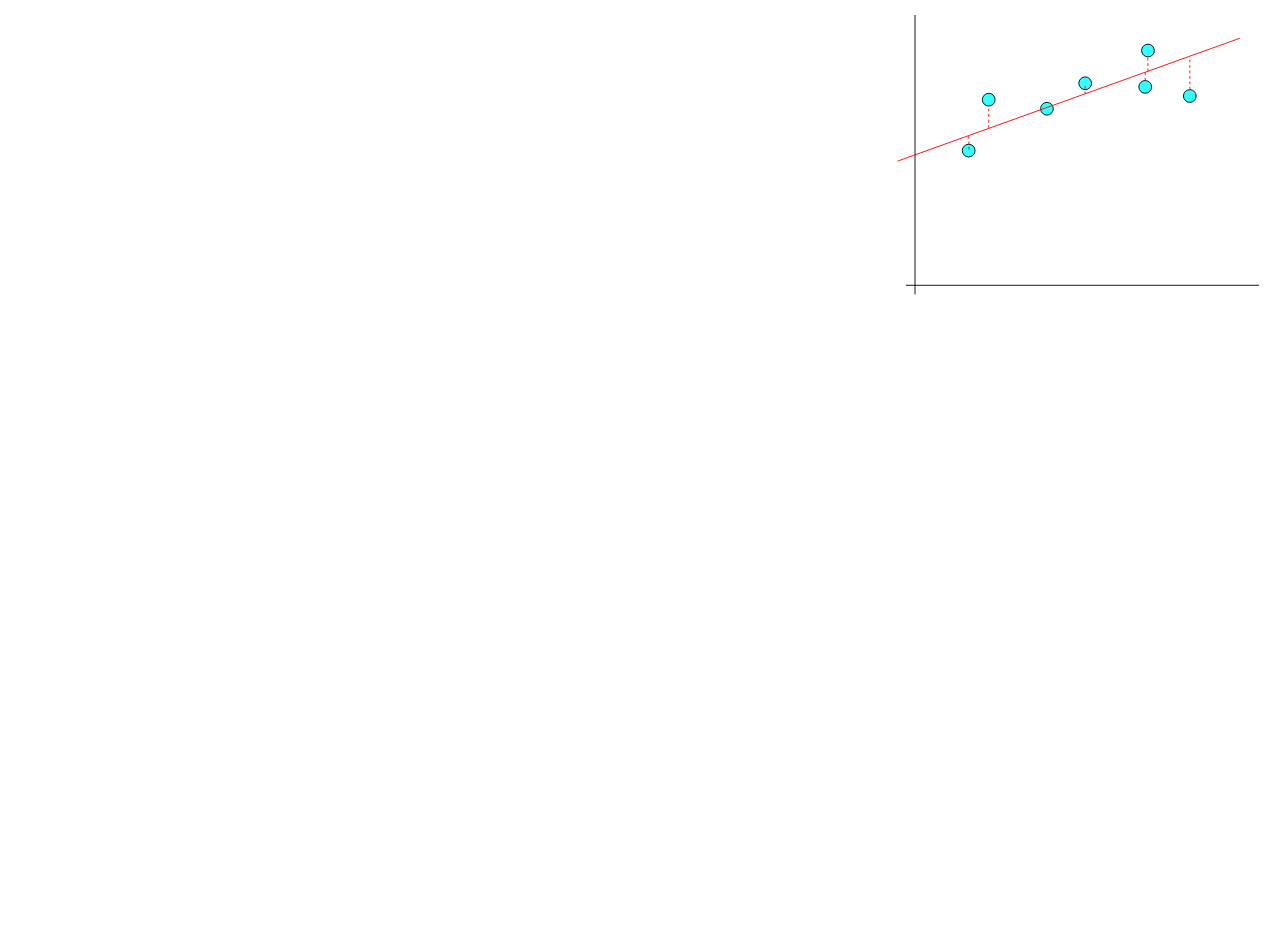
Above: images/soucre/人工智能.drawio in 497983606/wangyesheji (draw.io), before the change. Source tidied: cells renumbered, new cells numbered last; positions are measured from the earlier drawing's top-left corner, leaving out a move shared by most shapes. Both pictures are drawn from the tidied source at 91%, with x=0, y=0 at pixel (897, 15).
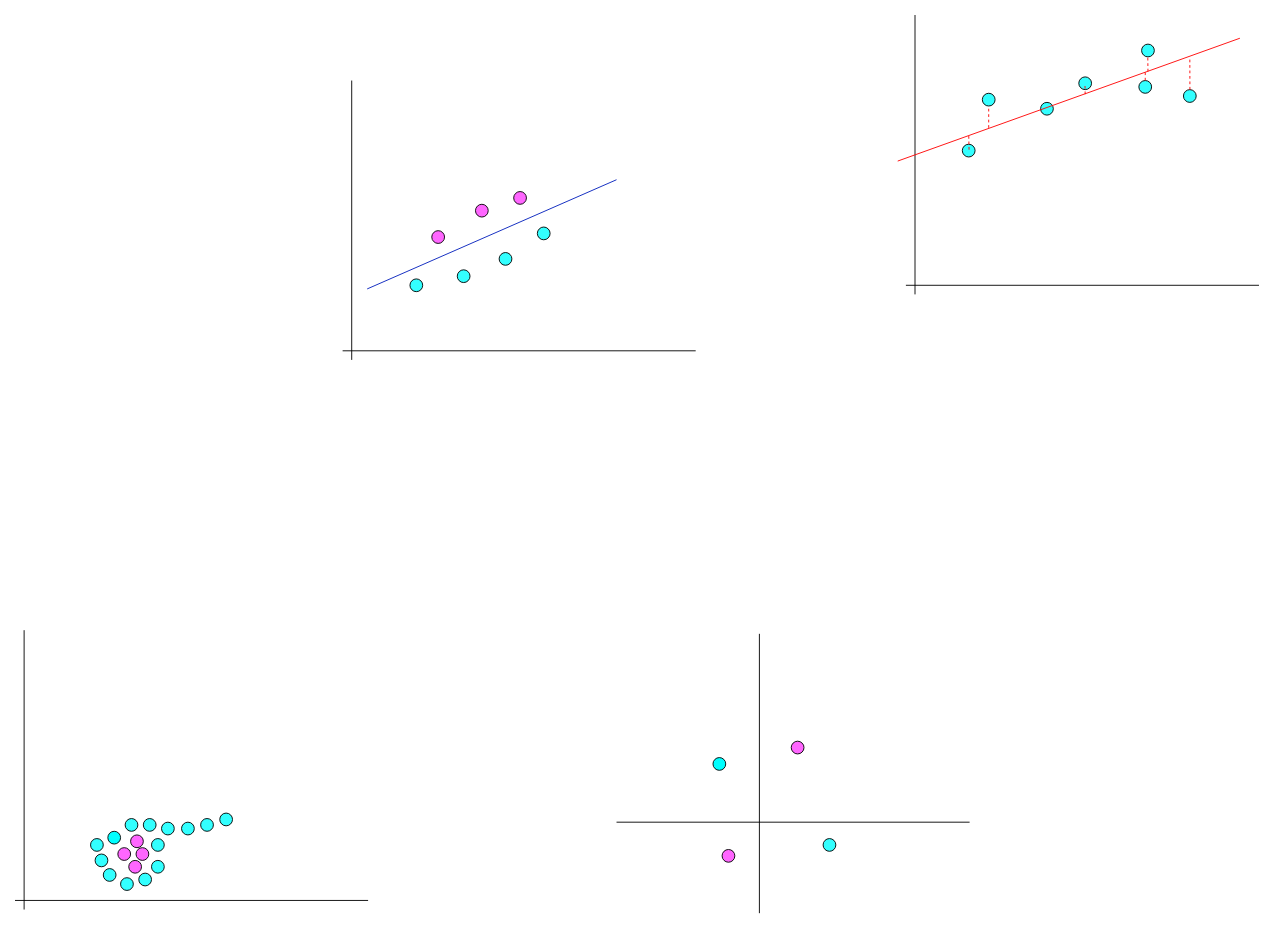
The same diagram, later.

Diff of the diagram source:
```diff
@@
+    <mxCell id="18" style="endArrow=none;html=1;" parent="1" edge="1">
+      <mxGeometry relative="1" as="geometry">
+        <mxPoint x="-610" y="369" as="sourcePoint" />
+        <mxPoint x="-222" y="369" as="targetPoint" />
+      </mxGeometry>
+    </mxCell>
+    <mxCell id="19" style="endArrow=none;html=1;" parent="1" edge="1">
+      <mxGeometry relative="1" as="geometry">
+        <mxPoint x="-600" y="379" as="sourcePoint" />
+        <mxPoint x="-600" y="72" as="targetPoint" />
+      </mxGeometry>
+    </mxCell>
+    <mxCell id="20" style="ellipse;whiteSpace=wrap;html=1;fillColor=#33FFFF;" parent="1" vertex="1">
+      <mxGeometry x="-396" y="233" width="14" height="14" as="geometry" />
+    </mxCell>
+    <mxCell id="21" style="ellipse;whiteSpace=wrap;html=1;fillColor=#33FFFF;" parent="1" vertex="1">
+      <mxGeometry x="-536" y="290" width="14" height="14" as="geometry" />
+    </mxCell>
+    <mxCell id="22" style="ellipse;whiteSpace=wrap;html=1;fillColor=#33FFFF;" parent="1" vertex="1">
+      <mxGeometry x="-438" y="261" width="14" height="14" as="geometry" />
+    </mxCell>
+    <mxCell id="23" style="ellipse;whiteSpace=wrap;html=1;fillColor=#FF66FF;" parent="1" vertex="1">
+      <mxGeometry x="-464" y="208" width="14" height="14" as="geometry" />
+    </mxCell>
+    <mxCell id="24" style="ellipse;whiteSpace=wrap;html=1;fillColor=#33FFFF;" parent="1" vertex="1">
+      <mxGeometry x="-484" y="280" width="14" height="14" as="geometry" />
+    </mxCell>
+    <mxCell id="25" style="ellipse;whiteSpace=wrap;html=1;fillColor=#FF66FF;" parent="1" vertex="1">
+      <mxGeometry x="-512" y="237" width="14" height="14" as="geometry" />
+    </mxCell>
+    <mxCell id="26" style="ellipse;whiteSpace=wrap;html=1;fillColor=#FF66FF;" parent="1" vertex="1">
+      <mxGeometry x="-422" y="194" width="14" height="14" as="geometry" />
+    </mxCell>
+    <mxCell id="27" style="endArrow=none;html=1;fillColor=#0050ef;strokeColor=#001DBC;" parent="1" edge="1">
+      <mxGeometry relative="1" as="geometry">
+        <mxPoint x="-583" y="301" as="sourcePoint" />
+        <mxPoint x="-309" y="181" as="targetPoint" />
+      </mxGeometry>
+    </mxCell>
+    <mxCell id="28" style="endArrow=none;html=1;" parent="1" edge="1">
+      <mxGeometry relative="1" as="geometry">
+        <mxPoint x="-309" y="887" as="sourcePoint" />
+        <mxPoint x="79" y="887" as="targetPoint" />
+      </mxGeometry>
+    </mxCell>
+    <mxCell id="29" style="endArrow=none;html=1;" parent="1" edge="1">
+      <mxGeometry relative="1" as="geometry">
+        <mxPoint x="-152" y="987" as="sourcePoint" />
+        <mxPoint x="-152" y="680" as="targetPoint" />
+      </mxGeometry>
+    </mxCell>
+    <mxCell id="30" style="ellipse;whiteSpace=wrap;html=1;fillColor=#33FFFF;" parent="1" vertex="1">
+      <mxGeometry x="-82" y="905" width="14" height="14" as="geometry" />
+    </mxCell>
+    <mxCell id="31" style="ellipse;whiteSpace=wrap;html=1;fillColor=#FF66FF;" parent="1" vertex="1">
+      <mxGeometry x="-193" y="917" width="14" height="14" as="geometry" />
+    </mxCell>
+    <mxCell id="32" style="ellipse;whiteSpace=wrap;html=1;fillColor=#00FFFF;" parent="1" vertex="1">
+      <mxGeometry x="-203" y="816" width="14" height="14" as="geometry" />
+    </mxCell>
+    <mxCell id="33" style="ellipse;whiteSpace=wrap;html=1;fillColor=#FF66FF;" parent="1" vertex="1">
+      <mxGeometry x="-117" y="798" width="14" height="14" as="geometry" />
+    </mxCell>
+    <mxCell id="34" style="endArrow=none;html=1;" parent="1" edge="1">
+      <mxGeometry relative="1" as="geometry">
+        <mxPoint x="-970" y="973" as="sourcePoint" />
+        <mxPoint x="-582" y="973" as="targetPoint" />
+      </mxGeometry>
+    </mxCell>
+    <mxCell id="35" style="endArrow=none;html=1;" parent="1" edge="1">
+      <mxGeometry relative="1" as="geometry">
+        <mxPoint x="-960" y="983" as="sourcePoint" />
+        <mxPoint x="-960" y="676" as="targetPoint" />
+      </mxGeometry>
+    </mxCell>
+    <mxCell id="36" style="ellipse;whiteSpace=wrap;html=1;fillColor=#33FFFF;" parent="1" vertex="1">
+      <mxGeometry x="-849" y="883" width="14" height="14" as="geometry" />
+    </mxCell>
+    <mxCell id="37" style="ellipse;whiteSpace=wrap;html=1;fillColor=#FF66FF;" parent="1" vertex="1">
+      <mxGeometry x="-857" y="915" width="14" height="14" as="geometry" />
+    </mxCell>
+    <mxCell id="38" style="ellipse;whiteSpace=wrap;html=1;fillColor=#00FFFF;" parent="1" vertex="1">
+      <mxGeometry x="-868" y="897" width="14" height="14" as="geometry" />
+    </mxCell>
+    <mxCell id="39" style="ellipse;whiteSpace=wrap;html=1;fillColor=#FF66FF;" parent="1" vertex="1">
+      <mxGeometry x="-843" y="901" width="14" height="14" as="geometry" />
+    </mxCell>
+    <mxCell id="40" style="ellipse;whiteSpace=wrap;html=1;fillColor=#33FFFF;" parent="1" vertex="1">
+      <mxGeometry x="-829" y="883" width="14" height="14" as="geometry" />
+    </mxCell>
+    <mxCell id="41" style="ellipse;whiteSpace=wrap;html=1;fillColor=#33FFFF;" parent="1" vertex="1">
+      <mxGeometry x="-809" y="887" width="14" height="14" as="geometry" />
+    </mxCell>
+    <mxCell id="42" style="ellipse;whiteSpace=wrap;html=1;fillColor=#33FFFF;" parent="1" vertex="1">
+      <mxGeometry x="-787" y="887" width="14" height="14" as="geometry" />
+    </mxCell>
+    <mxCell id="43" style="ellipse;whiteSpace=wrap;html=1;fillColor=#33FFFF;" parent="1" vertex="1">
+      <mxGeometry x="-766" y="883" width="14" height="14" as="geometry" />
+    </mxCell>
+    <mxCell id="44" style="ellipse;whiteSpace=wrap;html=1;fillColor=#33FFFF;" parent="1" vertex="1">
+      <mxGeometry x="-745" y="877" width="14" height="14" as="geometry" />
+    </mxCell>
+    <mxCell id="45" style="ellipse;whiteSpace=wrap;html=1;fillColor=#FF66FF;" parent="1" vertex="1">
+      <mxGeometry x="-837" y="915" width="14" height="14" as="geometry" />
+    </mxCell>
+    <mxCell id="46" style="ellipse;whiteSpace=wrap;html=1;fillColor=#FF66FF;" parent="1" vertex="1">
+      <mxGeometry x="-845" y="929" width="14" height="14" as="geometry" />
+    </mxCell>
+    <mxCell id="47" style="ellipse;whiteSpace=wrap;html=1;fillColor=#33FFFF;" parent="1" vertex="1">
+      <mxGeometry x="-820" y="905" width="14" height="14" as="geometry" />
+    </mxCell>
+    <mxCell id="48" style="ellipse;whiteSpace=wrap;html=1;fillColor=#33FFFF;" parent="1" vertex="1">
+      <mxGeometry x="-820" y="929" width="14" height="14" as="geometry" />
+    </mxCell>
+    <mxCell id="49" style="ellipse;whiteSpace=wrap;html=1;fillColor=#33FFFF;" parent="1" vertex="1">
+      <mxGeometry x="-834" y="943" width="14" height="14" as="geometry" />
+    </mxCell>
+    <mxCell id="50" style="ellipse;whiteSpace=wrap;html=1;fillColor=#33FFFF;" parent="1" vertex="1">
+      <mxGeometry x="-854" y="948" width="14" height="14" as="geometry" />
+    </mxCell>
+    <mxCell id="51" style="ellipse;whiteSpace=wrap;html=1;fillColor=#33FFFF;" parent="1" vertex="1">
+      <mxGeometry x="-873" y="938" width="14" height="14" as="geometry" />
+    </mxCell>
+    <mxCell id="52" style="ellipse;whiteSpace=wrap;html=1;fillColor=#33FFFF;" parent="1" vertex="1">
+      <mxGeometry x="-882" y="922" width="14" height="14" as="geometry" />
+    </mxCell>
+    <mxCell id="53" style="ellipse;whiteSpace=wrap;html=1;fillColor=#33FFFF;" parent="1" vertex="1">
+      <mxGeometry x="-887" y="905" width="14" height="14" as="geometry" />
+    </mxCell>
```
